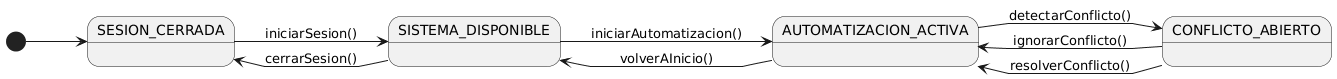
Before: documents/actoresYCasosDeUso/diagramas/diagramaContexto/diagramaContextoTiempo.png, a diagram exported from PlantUML (inigovaqueroo04/25-26-IdSw1-SdR). Its diagram source:
```plantuml
@startuml
left to right direction
skinparam linetype polyline

state "SESION_CERRADA" as NoAuth
state "SISTEMA_DISPONIBLE" as Menu

state "AUTOMATIZACION_ACTIVA" as Auto
state "CONFLICTO_ABIERTO" as Conflict

[*] --> NoAuth

NoAuth --> Menu : iniciarSesion()

Menu --> NoAuth : cerrarSesion()
Menu --> Auto: iniciarAutomatizacion()

Auto --> Conflict: detectarConflicto()

Conflict --> Auto: ignorarConflicto()
Conflict --> Auto: resolverConflicto()

Auto --> Menu: volverAInicio()
@enduml
```
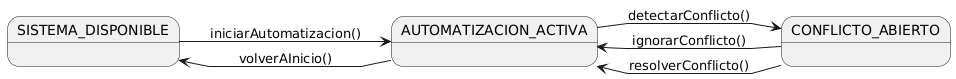
Above is the later version.

Commit message:
Fix imagen Diagrama de Contexto para el actor Tiempo

Change to the diagram source:
```diff
@@ -2,17 +2,11 @@
 left to right direction
 skinparam linetype polyline
 
-state "SESION_CERRADA" as NoAuth
 state "SISTEMA_DISPONIBLE" as Menu
 
 state "AUTOMATIZACION_ACTIVA" as Auto
 state "CONFLICTO_ABIERTO" as Conflict
 
-[*] --> NoAuth
-
-NoAuth --> Menu : iniciarSesion()
-
-Menu --> NoAuth : cerrarSesion()
 Menu --> Auto: iniciarAutomatizacion()
 
 Auto --> Conflict: detectarConflicto()
```
